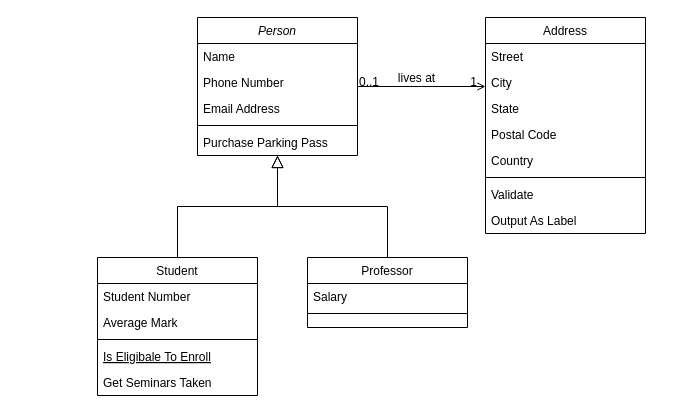
Earlier version of the draw.io diagram SEFinal_Q3 - Class Diagram.drawio (jsolis1992/main). Source tidied: cells renumbered, new cells numbered last; positions are measured from the earlier drawing's top-left corner, leaving out a move shared by most shapes. Both pictures are drawn from the tidied source at 100%, with x=0, y=0 at pixel (97, 17).
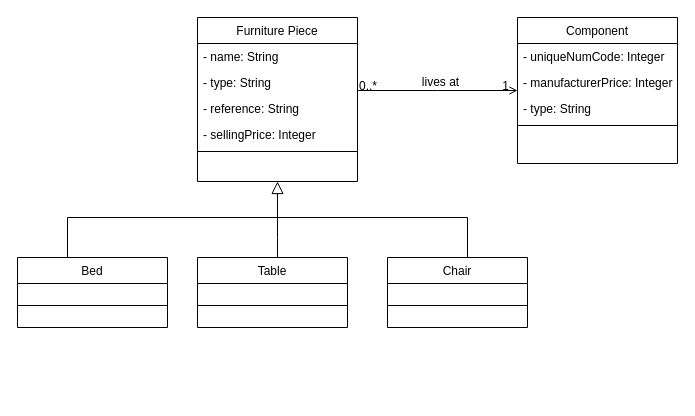
Above is the later version.

Unchanged cells that the change refers to:
```xml
<mxCell id="28" style="endArrow=open;shadow=0;strokeWidth=1;rounded=0;endFill=1;edgeStyle=elbowEdgeStyle;elbow=vertical;" parent="1" edge="1" source="2" target="19">
  <mxGeometry x="0.5" y="41" relative="1" as="geometry">
    <mxPoint x="-40" y="32" as="offset" />
  </mxGeometry>
</mxCell>
```

What changed in the source:
```diff
@@
-    <mxCell id="2" value="Person" style="swimlane;fontStyle=2;align=center;verticalAlign=top;horizontal=1;startSize=26;rounded=0;shadow=0;strokeWidth=1;" parent="1" vertex="1">
-      <mxGeometry x="100" width="160" height="138" as="geometry" />
+    <mxCell id="2" value="Furniture Piece" style="swimlane;fontStyle=0;align=center;verticalAlign=top;horizontal=1;startSize=26;rounded=0;shadow=0;strokeWidth=1;" parent="1" vertex="1">
+      <mxGeometry x="100" width="160" height="164" as="geometry" />
     </mxCell>
-    <mxCell id="3" value="Name" style="text;align=left;verticalAlign=top;spacingLeft=4;spacingRight=4;overflow=hidden;" parent="2" vertex="1">
+    <mxCell id="3" value="- name: String" style="text;align=left;verticalAlign=top;spacingLeft=4;spacingRight=4;overflow=hidden;" parent="2" vertex="1">
       <mxGeometry y="26" width="160" height="26" as="geometry" />
     </mxCell>
-    <mxCell id="4" value="Phone Number" style="text;align=left;verticalAlign=top;spacingLeft=4;spacingRight=4;overflow=hidden;rounded=0;shadow=0;html=0;" parent="2" vertex="1">
+    <mxCell id="4" value="- type: String " style="text;align=left;verticalAlign=top;spacingLeft=4;spacingRight=4;overflow=hidden;rounded=0;shadow=0;html=0;" parent="2" vertex="1">
       <mxGeometry y="52" width="160" height="26" as="geometry" />
     </mxCell>
-    <mxCell id="5" value="Email Address" style="text;align=left;verticalAlign=top;spacingLeft=4;spacingRight=4;overflow=hidden;rounded=0;shadow=0;html=0;" parent="2" vertex="1">
+    <mxCell id="5" value="- reference: String " style="text;align=left;verticalAlign=top;spacingLeft=4;spacingRight=4;overflow=hidden;rounded=0;shadow=0;html=0;" parent="2" vertex="1">
       <mxGeometry y="78" width="160" height="26" as="geometry" />
     </mxCell>
+    <mxCell id="32" value="- sellingPrice: Integer" style="text;align=left;verticalAlign=top;spacingLeft=4;spacingRight=4;overflow=hidden;rounded=0;shadow=0;html=0;" parent="2" vertex="1">
+      <mxGeometry y="104" width="160" height="26" as="geometry" />
+    </mxCell>
     <mxCell id="6" style="line;html=1;strokeWidth=1;align=left;verticalAlign=middle;spacingTop=-1;spacingLeft=3;spacingRight=3;labelPosition=right;" parent="2" vertex="1">
-      <mxGeometry y="104" width="160" height="8" as="geometry" />
+      <mxGeometry y="130" width="160" height="8" as="geometry" />
     </mxCell>
-    <mxCell id="7" value="Purchase Parking Pass" style="text;align=left;verticalAlign=top;spacingLeft=4;spacingRight=4;overflow=hidden;" parent="2" vertex="1">
-      <mxGeometry y="112" width="160" height="26" as="geometry" />
-    </mxCell>
-    <mxCell id="8" value="Student" style="swimlane;fontStyle=0;align=center;verticalAlign=top;horizontal=1;startSize=26;rounded=0;shadow=0;strokeWidth=1;" parent="1" vertex="1">
-      <mxGeometry y="240" width="160" height="138" as="geometry" />
-    </mxCell>
-    <mxCell id="9" value="Student Number" style="text;align=left;verticalAlign=top;spacingLeft=4;spacingRight=4;overflow=hidden;" parent="8" vertex="1">
-      <mxGeometry y="26" width="160" height="26" as="geometry" />
-    </mxCell>
-    <mxCell id="10" value="Average Mark" style="text;align=left;verticalAlign=top;spacingLeft=4;spacingRight=4;overflow=hidden;rounded=0;shadow=0;html=0;" parent="8" vertex="1">
-      <mxGeometry y="52" width="160" height="26" as="geometry" />
-    </mxCell>
-    <mxCell id="11" style="line;html=1;strokeWidth=1;align=left;verticalAlign=middle;spacingTop=-1;spacingLeft=3;spacingRight=3;labelPosition=right;" parent="8" vertex="1">
-      <mxGeometry y="78" width="160" height="8" as="geometry" />
-    </mxCell>
-    <mxCell id="12" value="Is Eligibale To Enroll" style="text;align=left;verticalAlign=top;spacingLeft=4;spacingRight=4;overflow=hidden;fontStyle=4;" parent="8" vertex="1">
-      <mxGeometry y="86" width="160" height="26" as="geometry" />
-    </mxCell>
-    <mxCell id="13" value="Get Seminars Taken" style="text;align=left;verticalAlign=top;spacingLeft=4;spacingRight=4;overflow=hidden;" parent="8" vertex="1">
-      <mxGeometry y="112" width="160" height="26" as="geometry" />
-    </mxCell>
-    <mxCell id="14" style="endArrow=block;endSize=10;endFill=0;shadow=0;strokeWidth=1;rounded=0;edgeStyle=elbowEdgeStyle;elbow=vertical;" parent="1" edge="1" source="8" target="2">
-      <mxGeometry relative="1" as="geometry" />
+    <mxCell id="14" style="endArrow=none;endSize=10;endFill=0;shadow=0;strokeWidth=1;rounded=0;edgeStyle=elbowEdgeStyle;elbow=vertical;" parent="1" edge="1">
+      <mxGeometry relative="1" as="geometry">
+        <mxPoint x="-30" y="251" as="sourcePoint" />
+        <mxPoint x="180" y="200" as="targetPoint" />
+        <Array as="points">
+          <mxPoint x="70" y="200" />
+        </Array>
+      </mxGeometry>
     </mxCell>
-    <mxCell id="15" value="Professor" style="swimlane;fontStyle=0;align=center;verticalAlign=top;horizontal=1;startSize=26;rounded=0;shadow=0;strokeWidth=1;" parent="1" vertex="1">
-      <mxGeometry x="210" y="240" width="160" height="70" as="geometry" />
+    <mxCell id="15" value="Table" style="swimlane;fontStyle=0;align=center;verticalAlign=top;horizontal=1;startSize=26;rounded=0;shadow=0;strokeWidth=1;" parent="1" vertex="1">
+      <mxGeometry x="100" y="240" width="150" height="70" as="geometry" />
     </mxCell>
-    <mxCell id="16" value="Salary" style="text;align=left;verticalAlign=top;spacingLeft=4;spacingRight=4;overflow=hidden;" parent="15" vertex="1">
-      <mxGeometry y="26" width="160" height="26" as="geometry" />
-    </mxCell>
     <mxCell id="17" style="line;html=1;strokeWidth=1;align=left;verticalAlign=middle;spacingTop=-1;spacingLeft=3;spacingRight=3;labelPosition=right;" parent="15" vertex="1">
-      <mxGeometry y="52" width="160" height="8" as="geometry" />
+      <mxGeometry y="26" width="150" height="44" as="geometry" />
     </mxCell>
     <mxCell id="18" style="endArrow=block;endSize=10;endFill=0;shadow=0;strokeWidth=1;rounded=0;edgeStyle=elbowEdgeStyle;elbow=vertical;" parent="1" edge="1" source="15" target="2">
-      <mxGeometry relative="1" as="geometry" />
+      <mxGeometry relative="1" as="geometry">
+        <Array as="points">
+          <mxPoint x="180" y="220" />
+        </Array>
+      </mxGeometry>
     </mxCell>
-    <mxCell id="19" value="Address" style="swimlane;fontStyle=0;align=center;verticalAlign=top;horizontal=1;startSize=26;rounded=0;shadow=0;strokeWidth=1;" parent="1" vertex="1">
-      <mxGeometry x="388" width="160" height="216" as="geometry" />
+    <mxCell id="19" value="Component" style="swimlane;fontStyle=0;align=center;verticalAlign=top;horizontal=1;startSize=26;rounded=0;shadow=0;strokeWidth=1;" parent="1" vertex="1">
+      <mxGeometry x="420" width="160" height="146" as="geometry" />
     </mxCell>
-    <mxCell id="20" value="Street" style="text;align=left;verticalAlign=top;spacingLeft=4;spacingRight=4;overflow=hidden;" parent="19" vertex="1">
+    <mxCell id="20" value="- uniqueNumCode: Integer" style="text;align=left;verticalAlign=top;spacingLeft=4;spacingRight=4;overflow=hidden;" parent="19" vertex="1">
       <mxGeometry y="26" width="160" height="26" as="geometry" />
     </mxCell>
-    <mxCell id="21" value="City" style="text;align=left;verticalAlign=top;spacingLeft=4;spacingRight=4;overflow=hidden;rounded=0;shadow=0;html=0;" parent="19" vertex="1">
+    <mxCell id="21" value="- manufacturerPrice: Integer " style="text;align=left;verticalAlign=top;spacingLeft=4;spacingRight=4;overflow=hidden;rounded=0;shadow=0;html=0;" parent="19" vertex="1">
       <mxGeometry y="52" width="160" height="26" as="geometry" />
     </mxCell>
-    <mxCell id="22" value="State" style="text;align=left;verticalAlign=top;spacingLeft=4;spacingRight=4;overflow=hidden;rounded=0;shadow=0;html=0;" parent="19" vertex="1">
+    <mxCell id="22" value="- type: String" style="text;align=left;verticalAlign=top;spacingLeft=4;spacingRight=4;overflow=hidden;rounded=0;shadow=0;html=0;" parent="19" vertex="1">
       <mxGeometry y="78" width="160" height="26" as="geometry" />
     </mxCell>
-    <mxCell id="23" value="Postal Code" style="text;align=left;verticalAlign=top;spacingLeft=4;spacingRight=4;overflow=hidden;rounded=0;shadow=0;html=0;" parent="19" vertex="1">
-      <mxGeometry y="104" width="160" height="26" as="geometry" />
-    </mxCell>
-    <mxCell id="24" value="Country" style="text;align=left;verticalAlign=top;spacingLeft=4;spacingRight=4;overflow=hidden;rounded=0;shadow=0;html=0;" parent="19" vertex="1">
-      <mxGeometry y="130" width="160" height="26" as="geometry" />
-    </mxCell>
     <mxCell id="25" style="line;html=1;strokeWidth=1;align=left;verticalAlign=middle;spacingTop=-1;spacingLeft=3;spacingRight=3;labelPosition=right;" parent="19" vertex="1">
-      <mxGeometry y="156" width="160" height="8" as="geometry" />
+      <mxGeometry y="104" width="160" height="8" as="geometry" />
     </mxCell>
-    <mxCell id="26" value="Validate" style="text;align=left;verticalAlign=top;spacingLeft=4;spacingRight=4;overflow=hidden;" parent="19" vertex="1">
-      <mxGeometry y="164" width="160" height="26" as="geometry" />
-    </mxCell>
-    <mxCell id="27" value="Output As Label" style="text;align=left;verticalAlign=top;spacingLeft=4;spacingRight=4;overflow=hidden;" parent="19" vertex="1">
-      <mxGeometry y="190" width="160" height="26" as="geometry" />
-    </mxCell>
@@
-    <mxCell id="29" value="0..1" style="align=left;verticalAlign=bottom;labelBackgroundColor=none;fontSize=12;" parent="28" vertex="1">
+    <mxCell id="29" value="0..*" style="align=left;verticalAlign=bottom;labelBackgroundColor=none;fontSize=12;" parent="28" vertex="1">
       <mxGeometry x="-1" relative="1" as="geometry">
         <mxPoint y="4" as="offset" />
       </mxGeometry>
     </mxCell>
@@
+    <mxCell id="33" style="edgeStyle=orthogonalEdgeStyle;rounded=0;jettySize=auto;html=1;endArrow=none;endFill=0;" parent="1" edge="1" source="34">
+      <mxGeometry relative="1" as="geometry">
+        <mxPoint x="180" y="190" as="targetPoint" />
+        <Array as="points">
+          <mxPoint x="370" y="200" />
+          <mxPoint x="180" y="200" />
+        </Array>
+      </mxGeometry>
+    </mxCell>
+    <mxCell id="34" value="Chair" style="swimlane;fontStyle=0;align=center;verticalAlign=top;horizontal=1;startSize=26;rounded=0;shadow=0;strokeWidth=1;" parent="1" vertex="1">
+      <mxGeometry x="290" y="240" width="140" height="70" as="geometry" />
+    </mxCell>
+    <mxCell id="35" style="line;html=1;strokeWidth=1;align=left;verticalAlign=middle;spacingTop=-1;spacingLeft=3;spacingRight=3;labelPosition=right;" parent="34" vertex="1">
+      <mxGeometry y="26" width="140" height="44" as="geometry" />
+    </mxCell>
+    <mxCell id="36" value="Bed" style="swimlane;fontStyle=0;align=center;verticalAlign=top;horizontal=1;startSize=26;rounded=0;shadow=0;strokeWidth=1;" parent="1" vertex="1">
+      <mxGeometry x="-80" y="240" width="150" height="70" as="geometry" />
+    </mxCell>
+    <mxCell id="37" style="line;html=1;strokeWidth=1;align=left;verticalAlign=middle;spacingTop=-1;spacingLeft=3;spacingRight=3;labelPosition=right;" parent="36" vertex="1">
+      <mxGeometry y="26" width="150" height="44" as="geometry" />
+    </mxCell>
```
